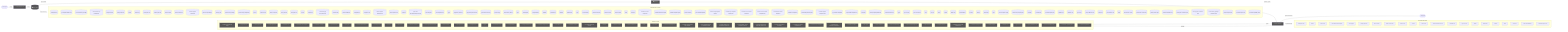
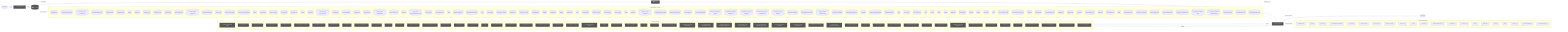
flowchart LR
  UserQ(["👤 User Query"])
  Embed["📐 Embedding Model"]
  VecDB[("📚 Vector Store")]
  Retriever["🔍 Retriever"]
  LLMNode["🧠 LLM / Generator"]
  Output(["✅ Response"])
  UserQ -->|query| Embed
  Embed -->|vector| VecDB
  VecDB -->|top-k chunks| Retriever
  Retriever -->|context + query| LLMNode
  LLMNode -->|generated answer| Output
  subgraph DetectedMemory["Detected memory stores"]
    det_detectedmemory_cli_dispatch_test_54c9f17b[("cli-dispatch.test")]
-     det_detectedmemory_pr_template_validator_test_569b1cef[("pr-template-validator.test")]
    det_detectedmemory_run_local_memory_preflight_36e92808[("run-local-memory-preflight")]
    det_detectedmemory_run_local_memory_preflight_test_1d7c5aa0[("run-local-memory-preflight.test")]
+     det_detectedmemory_pr_template_validator_test_569b1cef[("pr-template-validator.test")]
    det_detectedmemory_tooling_audit_test_d2aee28c[("tooling-audit.test")]
    det_detectedmemory_tooling_audit_core_328d6a41[("tooling-audit-core")]
    det_detectedmemory_search_24193290[("search")]
    det_detectedmemory_search_test_0c66bc11[("search.test")]
    det_detectedmemory_review_gate_test_000e2ed6[("review-gate.test")]
    det_detectedmemory_review_gate_core_4c8001f9[("review-gate-core")]
    det_detectedmemory_review_context_ca6cf81d[("review-context")]
    det_detectedmemory_review_context_test_89806d6c[("review-context.test")]
    det_detectedmemory_refresh_diagram_context_test_03bf21c4[("refresh-diagram-context.test")]
    det_detectedmemory_pattern_scope_siblings_43abe000[("pattern-scope-siblings")]
    det_detectedmemory_memory_gate_a577a506[("memory-gate")]
    det_detectedmemory_local_memory_preflight_dcc36c42[("local-memory-preflight")]
    det_detectedmemory_local_memory_preflight_test_5e323bbf[("local-memory-preflight.test")]
    det_detectedmemory_init_test_cbba76a6[("init.test")]
    det_detectedmemory_index_context_de3ed39d[("index-context")]
    det_detectedmemory_index_context_test_1949ea6f[("index-context.test")]
    det_detectedmemory_docs_gate_test_a25e972f[("docs-gate.test")]
    det_detectedmemory_docs_gate_core_eb9b6c18[("docs-gate-core")]
    det_detectedmemory_context_ea7792a2[("context")]
    det_detectedmemory_context_test_57aad306[("context.test")]
    det_detectedmemory_context_integrity_acceptance_test_59f961b1[("context-integrity-acceptance.test")]
    det_detectedmemory_context_health_80bb7da9[("context-health")]
    det_detectedmemory_context_health_test_3b5b87f3[("context-health.test")]
    det_detectedmemory_ci_migrate_test_2a015bb9[("ci-migrate.test")]
    det_detectedmemory_ci_migrate_core_7005b5af[("ci-migrate-core")]
    det_detectedmemory_check_diagram_freshness_test_c1dc40aa[("check-diagram-freshness.test")]
    det_detectedmemory_branch_protect_core_a8feb0fd[("branch-protect-core")]
    det_detectedmemory_brain_test_428d4d67[("brain.test")]
    det_detectedmemory_agent_first_throughput_integration_test_dc677cc4[("agent-first-throughput.integration.test")]
    det_detectedmemory_overload_guard_2748c559[("overload-guard")]
    det_detectedmemory_overload_guard_test_6ece9f86[("overload-guard.test")]
-     det_detectedmemory_types_3_9675d69b[("types")]
+     det_detectedmemory_types_4_822d0f88[("types")]
    det_detectedmemory_suggestion_generator_0956f794[("suggestion-generator")]
    det_detectedmemory_suggestion_generator_test_f68e9892[("suggestion-generator.test")]
+     det_detectedmemory_types_7_2f1ed65e[("types")]
+     det_detectedmemory_claim_helpers_20dc8387[("claim-helpers")]
    det_detectedmemory_performance_overload_c685bfcf[("performance-overload")]
    det_detectedmemory_local_memory_0db17ecc[("local-memory")]
    det_detectedmemory_local_memory_smoke_1175abfc[("local-memory-smoke")]
-     det_detectedmemory_types_8_f6283648[("types")]
-     det_detectedmemory_claim_helpers_20dc8387[("claim-helpers")]
    det_detectedmemory_tooling_baseline_50ab2eeb[("tooling-baseline")]
    det_detectedmemory_classifier_fe1991a9[("classifier")]
    det_detectedmemory_classifier_test_3859cceb[("classifier.test")]
    det_detectedmemory_validator_1_0c0621d8[("validator")]
    det_detectedmemory_validator_test_1_c5015ca0[("validator.test")]
    det_detectedmemory_types_12_2b09659a[("types")]
    det_detectedmemory_metrics_tracker_98cec29c[("metrics-tracker")]
    det_detectedmemory_metrics_tracker_test_3de156fa[("metrics-tracker.test")]
    det_detectedmemory_branch_enforcer_acb749cd[("branch-enforcer")]
    det_detectedmemory_review_context_1_e3afed15[("review-context")]
    det_detectedmemory_index_2_10143590[("index")]
    det_detectedmemory_eval_seed_5699fd3e[("eval-seed")]
    det_detectedmemory_workflow_contract_scripts_test_681e2e3c[("workflow-contract-scripts.test")]
    det_detectedmemory_scaffold_workflow_template_92310587[("scaffold-workflow-template")]
    det_detectedmemory_scaffold_template_registry_b1cce2aa[("scaffold-template-registry")]
    det_detectedmemory_scaffold_surfaces_12d6494e[("scaffold-surfaces")]
    det_detectedmemory_scaffold_shell_templates_0ad0f915[("scaffold-shell-templates")]
    det_detectedmemory_scaffold_script_template_registry_69312d4e[("scaffold-script-template-registry")]
    det_detectedmemory_scaffold_script_template_registry_test_6a8ebefe[("scaffold-script-template-registry.test")]
    det_detectedmemory_scaffold_root_command_templates_404fed7f[("scaffold-root-command-templates")]
    det_detectedmemory_scaffold_root_command_templates_test_14596939[("scaffold-root-command-templates.test")]
    det_detectedmemory_scaffold_environment_templates_c1ceba6a[("scaffold-environment-templates")]
    det_detectedmemory_scaffold_doc_templates_f6152330[("scaffold-doc-templates")]
    det_detectedmemory_scaffold_diagram_templates_dd88e83c[("scaffold-diagram-templates")]
    det_detectedmemory_scaffold_diagram_templates_test_f3774c28[("scaffold-diagram-templates.test")]
    det_detectedmemory_project_brain_templates_7ef51530[("project-brain-templates")]
    det_detectedmemory_project_brain_templates_test_0b6509f2[("project-brain-templates.test")]
    det_detectedmemory_init_modes_c05ceb07[("init-modes")]
    det_detectedmemory_codex_preflight_symlink_test_037558db[("codex-preflight-symlink.test")]
    det_detectedmemory_harness_decision_test_7e5a4fe5[("harness-decision.test")]
    det_detectedmemory_types_18_37582e2a[("types")]
    det_detectedmemory_sync_contract_c79fa191[("sync-contract")]
    det_detectedmemory_sync_contract_test_5dc3165c[("sync-contract.test")]
    det_detectedmemory_store_824d80d7[("store")]
    det_detectedmemory_sources_1_e133d97d[("sources")]
    det_detectedmemory_rollout_a4fa034c[("rollout")]
    det_detectedmemory_ollama_76e3c7bf[("ollama")]
    det_detectedmemory_ollama_test_71f9750e[("ollama.test")]
    det_detectedmemory_lexical_fallback_723e2b3e[("lexical-fallback")]
    det_detectedmemory_init_error_5c7dd49f[("init-error")]
    det_detectedmemory_indexer_70fa78e5[("indexer")]
    det_detectedmemory_indexer_test_d492f0aa[("indexer.test")]
    det_detectedmemory_index_5_522f772a[("index")]
    det_detectedmemory_context_compact_policy_3dcaf95d[("context-compact-policy")]
    det_detectedmemory_context_compact_policy_test_da148267[("context-compact-policy.test")]
    det_detectedmemory_constants_7517017f[("constants")]
    det_detectedmemory_constants_test_5492ae98[("constants.test")]
    det_detectedmemory_command_registry_test_0cf92cba[("command-registry.test")]
    det_detectedmemory_validator_test_5_2bb3219d[("validator.test")]
    det_detectedmemory_validator_core_1_1518647e[("validator-core")]
    det_detectedmemory_types_core_1_8bd0f8fd[("types-core")]
    det_detectedmemory_policy_validators_core_714a3fe7[("policy-validators-core")]
    det_detectedmemory_loader_test_03424671[("loader.test")]
    det_detectedmemory_json_schema_core_96d7e328[("json-schema-core")]
    det_detectedmemory_index_6_fc9e91e2[("index")]
    det_detectedmemory_harness_run_context_ac7c77a9[("harness-run-context")]
    det_detectedmemory_harness_run_context_test_c6937fed[("harness-run-context.test")]
    det_detectedmemory_branch_protect_sync_570adb18[("branch-protect-sync")]
    det_detectedmemory_module_boundaries_test_c0caf46b[("module-boundaries.test")]
    det_detectedmemory_review_gate_command_spec_3187376a[("review-gate-command-spec")]
    det_detectedmemory_memory_gate_command_spec_dc9001a9[("memory-gate-command-spec")]
    det_detectedmemory_local_memory_preflight_command_spec_9e23f3ce[("local-memory-preflight-command-spec")]
    det_detectedmemory_command_specs_test_7f693e85[("command-specs.test")]
    det_detectedmemory_command_specs_core_1c0ffc99[("command-specs-core")]
    det_detectedmemory_command_capability_rules_ca3f496a[("command-capability-rules")]
  end
  VecDB -. "implemented by" .-> DetectedMemory
  subgraph DetectedLLM["Detected LLM clients"]
    det_detectedllm_cli_dispatch_test_54c9f17b["cli-dispatch.test"]
    det_detectedllm_search_24193290["search"]
    det_detectedllm_search_test_0c66bc11["search.test"]
    det_detectedllm_remediate_runner_helpers_929fedcc["remediate-runner-helpers"]
    det_detectedllm_prompt_gate_c5e9d207["prompt-gate"]
    det_detectedllm_prompt_gate_test_1a442b27["prompt-gate.test"]
    det_detectedllm_index_context_de3ed39d["index-context"]
    det_detectedllm_index_context_test_1949ea6f["index-context.test"]
    det_detectedllm_contract_test_2262847f["contract.test"]
    det_detectedllm_context_ea7792a2["context"]
    det_detectedllm_context_test_57aad306["context.test"]
    det_detectedllm_check_environment_core_2c16213f["check-environment-core"]
    det_detectedllm_sensitive_text_7c11f760["sensitive-text"]
    det_detectedllm_sync_contract_c79fa191["sync-contract"]
    det_detectedllm_ollama_76e3c7bf["ollama"]
    det_detectedllm_ollama_test_71f9750e["ollama.test"]
    det_detectedllm_indexer_70fa78e5["indexer"]
    det_detectedllm_index_5_522f772a["index"]
    det_detectedllm_constants_7517017f["constants"]
    det_detectedllm_north_star_validators_cfc926ce["north-star-validators"]
    det_detectedllm_command_specs_core_1c0ffc99["command-specs-core"]
  end
  LLMNode -. "implemented by" .-> DetectedLLM
  subgraph DetectedTools["Agentic tool calls"]
    det_detectedtools_collect_observed_eval_usage_1724425c["🔧 collect-observed-eval-usage"]
    det_detectedtools_verify_work_test_0e12f6c5["🔧 verify-work.test"]
    det_detectedtools_review_gate_test_000e2ed6["🔧 review-gate.test"]
    det_detectedtools_review_gate_core_4c8001f9["🔧 review-gate-core"]
    det_detectedtools_remediate_test_6f59cafe["🔧 remediate.test"]
    det_detectedtools_remediate_runner_helpers_929fedcc["🔧 remediate-runner-helpers"]
    det_detectedtools_remediate_cli_output_cc165396["🔧 remediate-cli-output"]
    det_detectedtools_pr_closeout_test_1_be1a0df1["🔧 pr-closeout.test"]
    det_detectedtools_policy_gate_213f7313["🔧 policy-gate"]
    det_detectedtools_next_blocked_decisions_4140ad2b["🔧 next-blocked-decisions"]
    det_detectedtools_learnings_test_e45e0253["🔧 learnings.test"]
    det_detectedtools_init_test_cbba76a6["🔧 init.test"]
    det_detectedtools_doctor_test_e032e8b5["🔧 doctor.test"]
    det_detectedtools_doctor_tool_checks_4acac51a["🔧 doctor-tool-checks"]
    det_detectedtools_doctor_github_tool_checks_a53b0382["🔧 doctor-github-tool-checks"]
    det_detectedtools_doctor_checks_5a2eb2b9["🔧 doctor-checks"]
    det_detectedtools_docs_gate_test_a25e972f["🔧 docs-gate.test"]
    det_detectedtools_ci_migrate_core_7005b5af["🔧 ci-migrate-core"]
    det_detectedtools_types_1_4ecdf56e["🔧 types"]
    det_detectedtools_orchestrator_test_1_c291cde7["🔧 orchestrator.test"]
    det_detectedtools_tooling_baseline_50ab2eeb["🔧 tooling-baseline"]
    det_detectedtools_tooling_baseline_test_d272ddb6["🔧 tooling-baseline.test"]
    det_detectedtools_evaluation_engine_core_e054fe49["🔧 evaluation-engine-core"]
    det_detectedtools_normalise_test_73e8a615["🔧 normalise.test"]
    det_detectedtools_normalise_renderer_85f2e563["🔧 normalise-renderer"]
    det_detectedtools_normalise_he_phase_exit_test_1788efc4["🔧 normalise-he-phase-exit.test"]
    det_detectedtools_validator_1_0c0621d8["🔧 validator"]
    det_detectedtools_metrics_tracker_98cec29c["🔧 metrics-tracker"]
    det_detectedtools_metrics_tracker_test_3de156fa["🔧 metrics-tracker.test"]
    det_detectedtools_client_1_914e1681["🔧 client"]
    det_detectedtools_pr_creator_dc6b1ea4["🔧 pr-creator"]
    det_detectedtools_scaffold_shell_quality_test_79567d03["🔧 scaffold-shell-quality.test"]
    det_detectedtools_scaffold_release_private_npm_template_075499f8["🔧 scaffold-release-private-npm-template"]
    det_detectedtools_scaffold_github_actions_pr_pipeline_template_e2b85f62["🔧 scaffold-github-actions-pr-pipeline-template"]
    det_detectedtools_scaffold_github_actions_pr_pipeline_template_test_be464a7b["🔧 scaffold-github-actions-pr-pipeline-template.test"]
    det_detectedtools_scaffold_github_actions_pr_pipeline_renderer_1ee18de5["🔧 scaffold-github-actions-pr-pipeline-renderer"]
    det_detectedtools_scaffold_github_actions_pr_pipeline_renderer_test_2cc38272["🔧 scaffold-github-actions-pr-pipeline-renderer.test"]
    det_detectedtools_scaffold_environment_templates_c1ceba6a["🔧 scaffold-environment-templates"]
    det_detectedtools_scaffold_environment_templates_test_b31b6a0c["🔧 scaffold-environment-templates.test"]
    det_detectedtools_scaffold_config_templates_4b80ce53["🔧 scaffold-config-templates"]
    det_detectedtools_scaffold_codex_environment_templates_334fbbed["🔧 scaffold-codex-environment-templates"]
    det_detectedtools_scaffold_ci_templates_2afd6392["🔧 scaffold-ci-templates"]
    det_detectedtools_init_output_360dce91["🔧 init-output"]
    det_detectedtools_closure_evidence_aaa31467["🔧 closure-evidence"]
    det_detectedtools_observed_skill_usage_ed7d5930["🔧 observed-skill-usage"]
    det_detectedtools_observed_skill_usage_test_311c215a["🔧 observed-skill-usage.test"]
    det_detectedtools_ralph_runtime_73d63c0e["🔧 ralph-runtime"]
    det_detectedtools_he_phase_exit_core_1148895b["🔧 he-phase-exit-core"]
    det_detectedtools_harness_closeout_gate_contracts_test_db1c74a7["🔧 harness-closeout-gate-contracts.test"]
    det_detectedtools_command_registry_test_0cf92cba["🔧 command-registry.test"]
    det_detectedtools_validator_helpers_7b927667["🔧 validator-helpers"]
    det_detectedtools_validator_core_1_1518647e["🔧 validator-core"]
    det_detectedtools_types_core_1_8bd0f8fd["🔧 types-core"]
    det_detectedtools_policy_validators_core_714a3fe7["🔧 policy-validators-core"]
    det_detectedtools_module_boundaries_test_c0caf46b["🔧 module-boundaries.test"]
    det_detectedtools_command_capability_rules_ca3f496a["🔧 command-capability-rules"]
    det_detectedtools_command_capabilities_a4d5c71e["🔧 command-capabilities"]
  end
  LLMNode -->|tool use| DetectedTools
  DetectedTools -->|result| LLMNode
  classDef memNode fill:#555,color:#fff
  class VecDB,Retriever memNode
  classDef llmNode fill:#555,color:#fff
  class LLMNode,Embed llmNode
  classDef toolNode fill:#555,color:#fff
  class det_detectedtools_collect_observed_eval_usage_1724425c,det_detectedtools_verify_work_test_0e12f6c5,det_detectedtools_review_gate_test_000e2ed6,det_detectedtools_review_gate_core_4c8001f9,det_detectedtools_remediate_test_6f59cafe,det_detectedtools_remediate_runner_helpers_929fedcc,det_detectedtools_remediate_cli_output_cc165396,det_detectedtools_pr_closeout_test_1_be1a0df1,det_detectedtools_policy_gate_213f7313,det_detectedtools_next_blocked_decisions_4140ad2b,det_detectedtools_learnings_test_e45e0253,det_detectedtools_init_test_cbba76a6,det_detectedtools_doctor_test_e032e8b5,det_detectedtools_doctor_tool_checks_4acac51a,det_detectedtools_doctor_github_tool_checks_a53b0382,det_detectedtools_doctor_checks_5a2eb2b9,det_detectedtools_docs_gate_test_a25e972f,det_detectedtools_ci_migrate_core_7005b5af,det_detectedtools_types_1_4ecdf56e,det_detectedtools_orchestrator_test_1_c291cde7,det_detectedtools_tooling_baseline_50ab2eeb,det_detectedtools_tooling_baseline_test_d272ddb6,det_detectedtools_evaluation_engine_core_e054fe49,det_detectedtools_normalise_test_73e8a615,det_detectedtools_normalise_renderer_85f2e563,det_detectedtools_normalise_he_phase_exit_test_1788efc4,det_detectedtools_validator_1_0c0621d8,det_detectedtools_metrics_tracker_98cec29c,det_detectedtools_metrics_tracker_test_3de156fa,det_detectedtools_client_1_914e1681,det_detectedtools_pr_creator_dc6b1ea4,det_detectedtools_scaffold_shell_quality_test_79567d03,det_detectedtools_scaffold_release_private_npm_template_075499f8,det_detectedtools_scaffold_github_actions_pr_pipeline_template_e2b85f62,det_detectedtools_scaffold_github_actions_pr_pipeline_template_test_be464a7b,det_detectedtools_scaffold_github_actions_pr_pipeline_renderer_1ee18de5,det_detectedtools_scaffold_github_actions_pr_pipeline_renderer_test_2cc38272,det_detectedtools_scaffold_environment_templates_c1ceba6a,det_detectedtools_scaffold_environment_templates_test_b31b6a0c,det_detectedtools_scaffold_config_templates_4b80ce53,det_detectedtools_scaffold_codex_environment_templates_334fbbed,det_detectedtools_scaffold_ci_templates_2afd6392,det_detectedtools_init_output_360dce91,det_detectedtools_closure_evidence_aaa31467,det_detectedtools_observed_skill_usage_ed7d5930,det_detectedtools_observed_skill_usage_test_311c215a,det_detectedtools_ralph_runtime_73d63c0e,det_detectedtools_he_phase_exit_core_1148895b,det_detectedtools_harness_closeout_gate_contracts_test_db1c74a7,det_detectedtools_command_registry_test_0cf92cba,det_detectedtools_validator_helpers_7b927667,det_detectedtools_validator_core_1_1518647e,det_detectedtools_types_core_1_8bd0f8fd,det_detectedtools_policy_validators_core_714a3fe7,det_detectedtools_module_boundaries_test_c0caf46b,det_detectedtools_command_capability_rules_ca3f496a,det_detectedtools_command_capabilities_a4d5c71e toolNode
